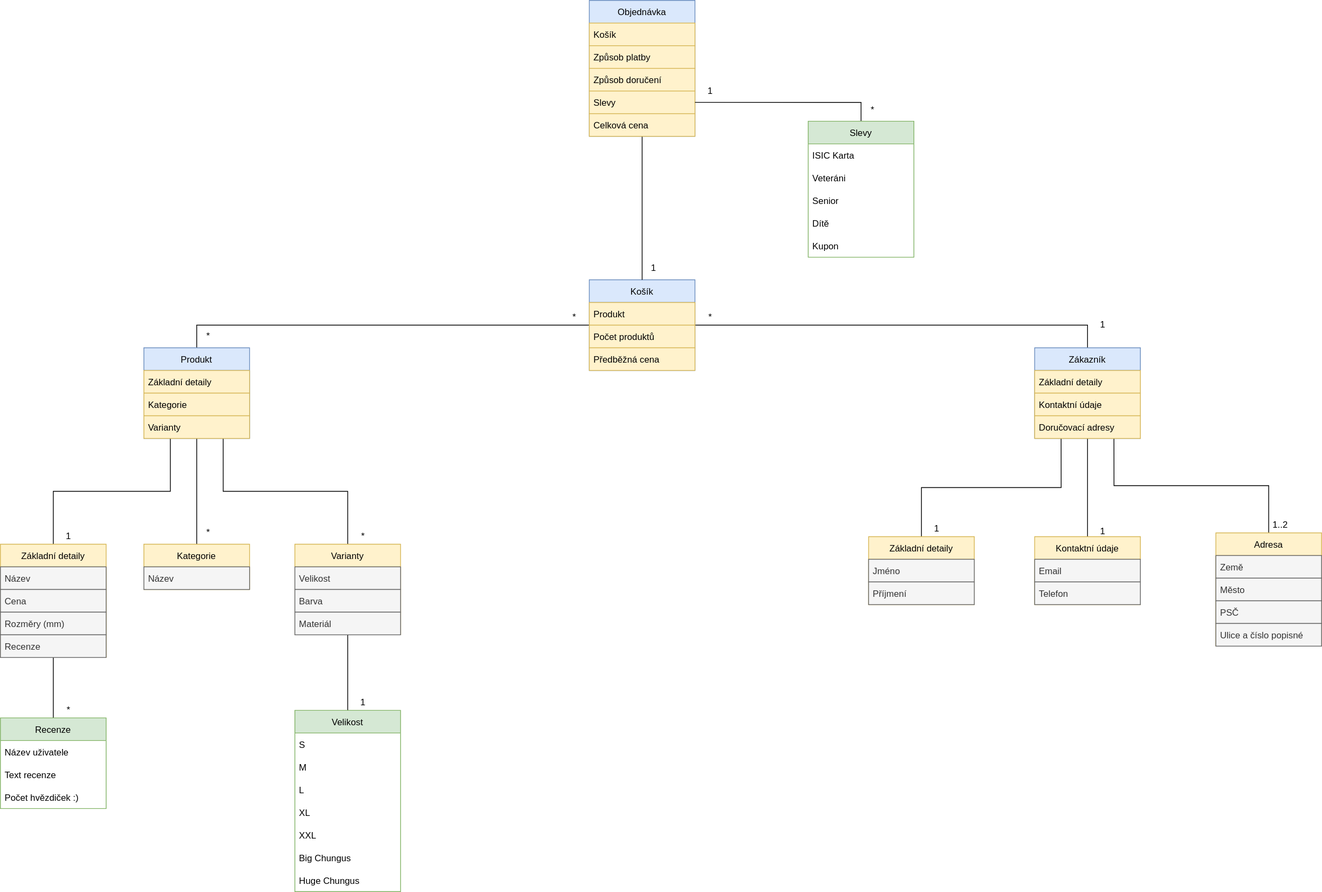
This is Eshop.drawio.svg from TomasKelbasa/diagrams.net, a draw.io export, as it was before one commit. Source tidied: cells renumbered, new cells last; positions are measured from the earlier drawing's top-left corner, leaving out a move shared by most shapes.
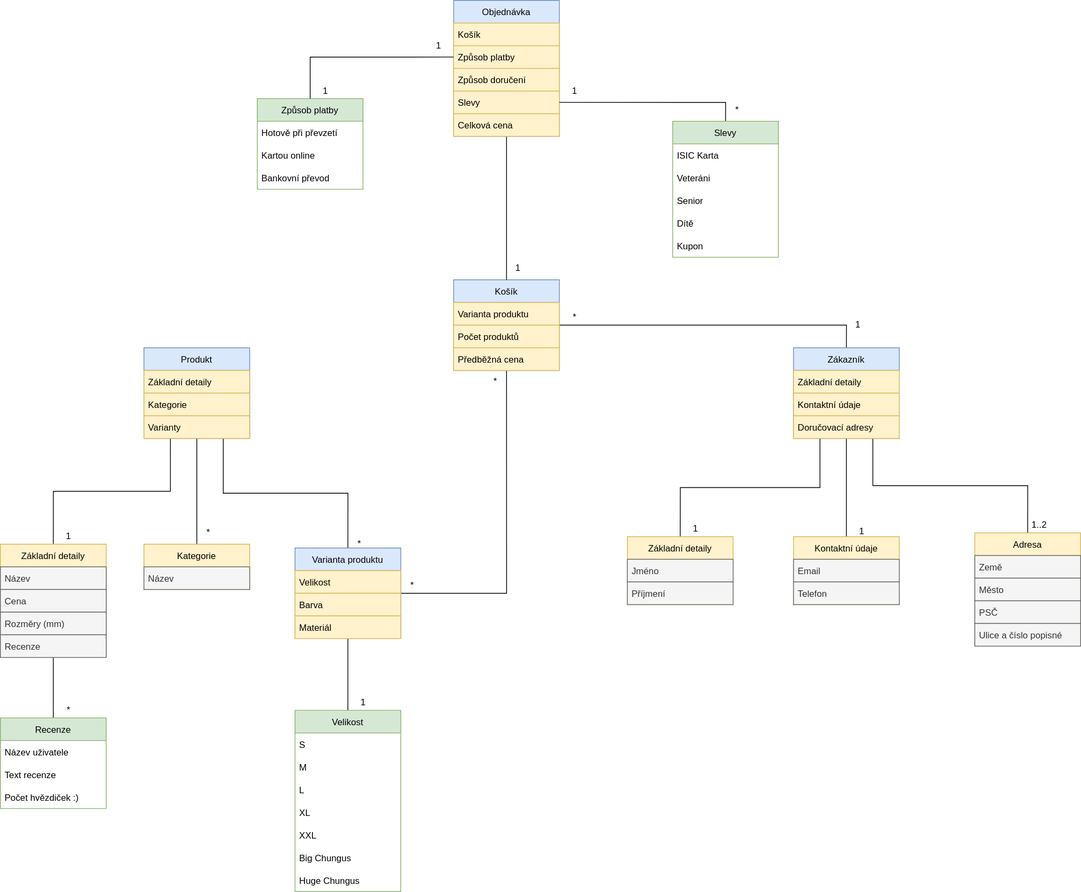
After the change.

The edit, as a diff of the source:
```diff
@@ -11,11 +11,8 @@
     <mxCell id="4" style="edgeStyle=orthogonalEdgeStyle;rounded=0;jettySize=auto;html=1;exitX=0.75;exitY=1;exitDx=0;exitDy=0;entryX=0.5;entryY=0;entryDx=0;entryDy=0;endArrow=none;endFill=0;" parent="1" edge="1" source="6" target="42">
       <mxGeometry relative="1" as="geometry" />
     </mxCell>
-    <mxCell id="5" style="edgeStyle=orthogonalEdgeStyle;rounded=0;jettySize=auto;html=1;exitX=0.5;exitY=0;exitDx=0;exitDy=0;endArrow=none;endFill=0;" parent="1" edge="1" source="6" target="62">
-      <mxGeometry relative="1" as="geometry" />
-    </mxCell>
     <mxCell id="6" value="Produkt" style="swimlane;fontStyle=0;horizontal=1;startSize=30;fillColor=#dae8fc;strokeColor=#6c8ebf;" parent="1" vertex="1">
-      <mxGeometry x="190" y="460" width="140" height="120" as="geometry" />
+      <mxGeometry x="370" y="460" width="140" height="120" as="geometry" />
     </mxCell>
     <mxCell id="7" value="Základní detaily" style="text;strokeColor=#d6b656;fillColor=#fff2cc;align=left;verticalAlign=middle;spacingLeft=4;spacingRight=4;overflow=hidden;" parent="6" vertex="1">
       <mxGeometry y="30" width="140" height="30" as="geometry" />
@@ -39,7 +36,7 @@
       <mxGeometry relative="1" as="geometry" />
     </mxCell>
     <mxCell id="14" value="Zákazník" style="swimlane;fontStyle=0;horizontal=1;startSize=30;fillColor=#dae8fc;strokeColor=#6c8ebf;" parent="1" vertex="1">
-      <mxGeometry x="1370" y="460" width="140" height="120" as="geometry" />
+      <mxGeometry x="1230" y="460" width="140" height="120" as="geometry" />
     </mxCell>
     <mxCell id="15" value="Základní detaily" style="text;strokeColor=#d6b656;fillColor=#fff2cc;align=left;verticalAlign=middle;spacingLeft=4;spacingRight=4;overflow=hidden;" parent="14" vertex="1">
       <mxGeometry y="30" width="140" height="30" as="geometry" />
@@ -54,7 +51,7 @@
       <mxGeometry relative="1" as="geometry" />
     </mxCell>
     <mxCell id="19" value="Základní detaily" style="swimlane;fontStyle=0;horizontal=1;startSize=30;fillColor=#fff2cc;strokeColor=#d6b656;" parent="1" vertex="1">
-      <mxGeometry y="720" width="140" height="150" as="geometry" />
+      <mxGeometry x="180" y="720" width="140" height="150" as="geometry" />
     </mxCell>
     <mxCell id="20" value="Název" style="text;strokeColor=#666666;fillColor=#f5f5f5;align=left;verticalAlign=middle;spacingLeft=4;spacingRight=4;overflow=hidden;fontColor=#333333;" parent="19" vertex="1">
       <mxGeometry y="30" width="140" height="30" as="geometry" />
@@ -69,7 +66,7 @@
       <mxGeometry y="120" width="140" height="30" as="geometry" />
     </mxCell>
     <mxCell id="24" value="Recenze" style="swimlane;fontStyle=0;horizontal=1;startSize=30;fillColor=#d5e8d4;strokeColor=#82b366;" parent="1" vertex="1">
-      <mxGeometry y="950" width="140" height="120" as="geometry" />
+      <mxGeometry x="180" y="950" width="140" height="120" as="geometry" />
     </mxCell>
     <mxCell id="25" value="Název uživatele" style="text;align=left;verticalAlign=middle;spacingLeft=4;spacingRight=4;overflow=hidden;" parent="24" vertex="1">
       <mxGeometry y="30" width="140" height="30" as="geometry" />
@@ -81,13 +78,13 @@
       <mxGeometry y="90" width="140" height="30" as="geometry" />
     </mxCell>
     <mxCell id="28" value="Kategorie" style="swimlane;fontStyle=0;horizontal=1;startSize=30;fillColor=#fff2cc;strokeColor=#d6b656;" parent="1" vertex="1">
-      <mxGeometry x="190" y="720" width="140" height="60" as="geometry" />
+      <mxGeometry x="370" y="720" width="140" height="60" as="geometry" />
     </mxCell>
     <mxCell id="29" value="Název" style="text;strokeColor=#666666;fillColor=#f5f5f5;align=left;verticalAlign=middle;spacingLeft=4;spacingRight=4;overflow=hidden;fontColor=#333333;" parent="28" vertex="1">
       <mxGeometry y="30" width="140" height="30" as="geometry" />
     </mxCell>
     <mxCell id="30" value="Základní detaily" style="swimlane;fontStyle=0;horizontal=1;startSize=30;fillColor=#fff2cc;strokeColor=#d6b656;" parent="1" vertex="1">
-      <mxGeometry x="1150" y="710" width="140" height="90" as="geometry" />
+      <mxGeometry x="1010" y="710" width="140" height="90" as="geometry" />
     </mxCell>
     <mxCell id="31" value="Jméno" style="text;strokeColor=#666666;fillColor=#f5f5f5;align=left;verticalAlign=middle;spacingLeft=4;spacingRight=4;overflow=hidden;fontColor=#333333;" parent="30" vertex="1">
       <mxGeometry y="30" width="140" height="30" as="geometry" />
@@ -96,7 +93,7 @@
       <mxGeometry y="60" width="140" height="30" as="geometry" />
     </mxCell>
     <mxCell id="33" value="Kontaktní údaje" style="swimlane;fontStyle=0;horizontal=1;startSize=30;fillColor=#fff2cc;strokeColor=#d6b656;" parent="1" vertex="1">
-      <mxGeometry x="1370" y="710" width="140" height="90" as="geometry" />
+      <mxGeometry x="1230" y="710" width="140" height="90" as="geometry" />
     </mxCell>
     <mxCell id="34" value="Email" style="text;strokeColor=#666666;fillColor=#f5f5f5;align=left;verticalAlign=middle;spacingLeft=4;spacingRight=4;overflow=hidden;fontColor=#333333;" parent="33" vertex="1">
       <mxGeometry y="30" width="140" height="30" as="geometry" />
@@ -105,7 +102,7 @@
       <mxGeometry y="60" width="140" height="30" as="geometry" />
     </mxCell>
     <mxCell id="36" value="Adresa" style="swimlane;fontStyle=0;horizontal=1;startSize=30;fillColor=#fff2cc;strokeColor=#d6b656;" parent="1" vertex="1">
-      <mxGeometry x="1610" y="705" width="140" height="150" as="geometry" />
+      <mxGeometry x="1470" y="705" width="140" height="150" as="geometry" />
     </mxCell>
     <mxCell id="37" value="Země" style="text;strokeColor=#666666;fillColor=#f5f5f5;align=left;verticalAlign=middle;spacingLeft=4;spacingRight=4;overflow=hidden;fontColor=#333333;" parent="36" vertex="1">
       <mxGeometry y="30" width="140" height="30" as="geometry" />
@@ -122,32 +119,35 @@
     <mxCell id="41" style="edgeStyle=orthogonalEdgeStyle;rounded=0;jettySize=auto;html=1;exitX=0.5;exitY=1;exitDx=0;exitDy=0;entryX=0.5;entryY=0;entryDx=0;entryDy=0;endArrow=none;endFill=0;" parent="1" edge="1" source="42" target="50">
       <mxGeometry relative="1" as="geometry" />
     </mxCell>
+    <mxCell id="87" style="edgeStyle=orthogonalEdgeStyle;rounded=0;jettySize=auto;html=1;entryX=0.5;entryY=1;entryDx=0;entryDy=0;endArrow=none;endFill=0;" parent="1" edge="1" source="42" target="62">
+      <mxGeometry relative="1" as="geometry" />
+    </mxCell>
-    <mxCell id="42" value="Varianty" style="swimlane;fontStyle=0;horizontal=1;startSize=30;fillColor=#fff2cc;strokeColor=#d6b656;" parent="1" vertex="1">
-      <mxGeometry x="390" y="720" width="140" height="120" as="geometry" />
+    <mxCell id="42" value="Varianta produktu" style="swimlane;fontStyle=0;horizontal=1;startSize=30;fillColor=#dae8fc;strokeColor=#6c8ebf;" parent="1" vertex="1">
+      <mxGeometry x="570" y="725" width="140" height="120" as="geometry" />
     </mxCell>
-    <mxCell id="43" value="Velikost" style="text;strokeColor=#666666;fillColor=#f5f5f5;align=left;verticalAlign=middle;spacingLeft=4;spacingRight=4;overflow=hidden;fontColor=#333333;" parent="42" vertex="1">
+    <mxCell id="43" value="Velikost" style="text;strokeColor=#d6b656;fillColor=#fff2cc;align=left;verticalAlign=middle;spacingLeft=4;spacingRight=4;overflow=hidden;" parent="42" vertex="1">
       <mxGeometry y="30" width="140" height="30" as="geometry" />
     </mxCell>
-    <mxCell id="44" value="Barva" style="text;strokeColor=#666666;fillColor=#f5f5f5;align=left;verticalAlign=middle;spacingLeft=4;spacingRight=4;overflow=hidden;fontColor=#333333;" parent="42" vertex="1">
+    <mxCell id="44" value="Barva" style="text;strokeColor=#d6b656;fillColor=#fff2cc;align=left;verticalAlign=middle;spacingLeft=4;spacingRight=4;overflow=hidden;" parent="42" vertex="1">
       <mxGeometry y="60" width="140" height="30" as="geometry" />
     </mxCell>
-    <mxCell id="45" value="Materiál" style="text;strokeColor=#666666;fillColor=#f5f5f5;align=left;verticalAlign=middle;spacingLeft=4;spacingRight=4;overflow=hidden;fontColor=#333333;" parent="42" vertex="1">
+    <mxCell id="45" value="Materiál" style="text;strokeColor=#d6b656;fillColor=#fff2cc;align=left;verticalAlign=middle;spacingLeft=4;spacingRight=4;overflow=hidden;" parent="42" vertex="1">
       <mxGeometry y="90" width="140" height="30" as="geometry" />
     </mxCell>
     <mxCell id="46" value="*" style="text;html=1;align=center;verticalAlign=middle;strokeColor=none;fillColor=none;" parent="1" vertex="1">
-      <mxGeometry x="260" y="690" width="30" height="30" as="geometry" />
+      <mxGeometry x="440" y="690" width="30" height="30" as="geometry" />
     </mxCell>
     <mxCell id="47" value="*" style="text;html=1;align=center;verticalAlign=middle;strokeColor=none;fillColor=none;" parent="1" vertex="1">
-      <mxGeometry x="465" y="695" width="30" height="30" as="geometry" />
+      <mxGeometry x="710" y="760" width="30" height="30" as="geometry" />
     </mxCell>
     <mxCell id="48" value="1" style="text;html=1;align=center;verticalAlign=middle;strokeColor=none;fillColor=none;" parent="1" vertex="1">
-      <mxGeometry x="75" y="695" width="30" height="30" as="geometry" />
+      <mxGeometry x="255" y="695" width="30" height="30" as="geometry" />
     </mxCell>
     <mxCell id="49" value="*" style="text;html=1;align=center;verticalAlign=middle;strokeColor=none;fillColor=none;" parent="1" vertex="1">
-      <mxGeometry x="75" y="925" width="30" height="30" as="geometry" />
+      <mxGeometry x="255" y="925" width="30" height="30" as="geometry" />
     </mxCell>
     <mxCell id="50" value="Velikost" style="swimlane;fontStyle=0;horizontal=1;startSize=30;fillColor=#d5e8d4;strokeColor=#82b366;" parent="1" vertex="1">
-      <mxGeometry x="390" y="940" width="140" height="240" as="geometry" />
+      <mxGeometry x="570" y="940" width="140" height="240" as="geometry" />
     </mxCell>
     <mxCell id="51" value="S" style="text;align=left;verticalAlign=middle;spacingLeft=4;spacingRight=4;overflow=hidden;" parent="50" vertex="1">
       <mxGeometry y="30" width="140" height="30" as="geometry" />
@@ -171,21 +171,21 @@
       <mxGeometry y="210" width="140" height="30" as="geometry" />
     </mxCell>
     <mxCell id="58" value="1" style="text;html=1;align=center;verticalAlign=middle;strokeColor=none;fillColor=none;" parent="1" vertex="1">
-      <mxGeometry x="465" y="915" width="30" height="30" as="geometry" />
+      <mxGeometry x="645" y="915" width="30" height="30" as="geometry" />
     </mxCell>
     <mxCell id="59" value="1" style="text;html=1;align=center;verticalAlign=middle;strokeColor=none;fillColor=none;" parent="1" vertex="1">
-      <mxGeometry x="1225" y="685" width="30" height="30" as="geometry" />
+      <mxGeometry x="1085" y="685" width="30" height="30" as="geometry" />
     </mxCell>
     <mxCell id="60" value="&lt;br&gt;1" style="text;html=1;align=center;verticalAlign=middle;strokeColor=none;fillColor=none;" parent="1" vertex="1">
-      <mxGeometry x="1445" y="675" width="30" height="40" as="geometry" />
+      <mxGeometry x="1305" y="675" width="30" height="40" as="geometry" />
     </mxCell>
     <mxCell id="61" value="1..2" style="text;html=1;align=center;verticalAlign=middle;strokeColor=none;fillColor=none;" parent="1" vertex="1">
-      <mxGeometry x="1675" y="680" width="40" height="30" as="geometry" />
+      <mxGeometry x="1535" y="680" width="40" height="30" as="geometry" />
     </mxCell>
     <mxCell id="62" value="Košík" style="swimlane;fontStyle=0;horizontal=1;startSize=30;fillColor=#dae8fc;strokeColor=#6c8ebf;" parent="1" vertex="1">
       <mxGeometry x="780" y="370" width="140" height="120" as="geometry" />
     </mxCell>
-    <mxCell id="63" value="Produkt" style="text;strokeColor=#d6b656;fillColor=#fff2cc;align=left;verticalAlign=middle;spacingLeft=4;spacingRight=4;overflow=hidden;" parent="62" vertex="1">
+    <mxCell id="63" value="Varianta produktu" style="text;strokeColor=#d6b656;fillColor=#fff2cc;align=left;verticalAlign=middle;spacingLeft=4;spacingRight=4;overflow=hidden;" parent="62" vertex="1">
       <mxGeometry y="30" width="140" height="30" as="geometry" />
     </mxCell>
     <mxCell id="64" value="Počet produktů" style="text;strokeColor=#d6b656;fillColor=#fff2cc;align=left;verticalAlign=middle;spacingLeft=4;spacingRight=4;overflow=hidden;" parent="62" vertex="1">
@@ -198,13 +198,13 @@
       <mxGeometry x="925" y="405" width="30" height="30" as="geometry" />
     </mxCell>
     <mxCell id="67" value="1" style="text;html=1;align=center;verticalAlign=middle;strokeColor=none;fillColor=none;" parent="1" vertex="1">
-      <mxGeometry x="1445" y="415" width="30" height="30" as="geometry" />
+      <mxGeometry x="1300" y="415" width="30" height="30" as="geometry" />
     </mxCell>
     <mxCell id="68" value="*" style="text;html=1;align=center;verticalAlign=middle;strokeColor=none;fillColor=none;" parent="1" vertex="1">
-      <mxGeometry x="745" y="405" width="30" height="30" as="geometry" />
+      <mxGeometry x="820" y="490" width="30" height="30" as="geometry" />
     </mxCell>
     <mxCell id="69" value="*" style="text;html=1;align=center;verticalAlign=middle;strokeColor=none;fillColor=none;" parent="1" vertex="1">
-      <mxGeometry x="260" y="430" width="30" height="30" as="geometry" />
+      <mxGeometry x="640" y="705" width="30" height="30" as="geometry" />
     </mxCell>
     <mxCell id="70" style="edgeStyle=orthogonalEdgeStyle;rounded=0;jettySize=auto;html=1;exitX=0.5;exitY=1;exitDx=0;exitDy=0;entryX=0.5;entryY=0;entryDx=0;entryDy=0;endArrow=none;endFill=0;" parent="1" edge="1" source="71" target="62">
       <mxGeometry relative="1" as="geometry" />
@@ -257,5 +257,26 @@
     <mxCell id="86" value="1" style="text;html=1;align=center;verticalAlign=middle;strokeColor=none;fillColor=none;" parent="1" vertex="1">
       <mxGeometry x="925" y="105" width="30" height="30" as="geometry" />
     </mxCell>
+    <mxCell id="88" value="Způsob platby" style="swimlane;fontStyle=0;horizontal=1;startSize=30;fillColor=#d5e8d4;strokeColor=#82b366;" parent="1" vertex="1">
+      <mxGeometry x="520" y="130" width="140" height="120" as="geometry" />
+    </mxCell>
+    <mxCell id="89" value="Hotově při převzetí" style="text;align=left;verticalAlign=middle;spacingLeft=4;spacingRight=4;overflow=hidden;" parent="88" vertex="1">
+      <mxGeometry y="30" width="140" height="30" as="geometry" />
+    </mxCell>
+    <mxCell id="90" value="Kartou online" style="text;align=left;verticalAlign=middle;spacingLeft=4;spacingRight=4;overflow=hidden;" parent="88" vertex="1">
+      <mxGeometry y="60" width="140" height="30" as="geometry" />
+    </mxCell>
+    <mxCell id="91" value="Bankovní převod" style="text;align=left;verticalAlign=middle;spacingLeft=4;spacingRight=4;overflow=hidden;" parent="88" vertex="1">
+      <mxGeometry y="90" width="140" height="30" as="geometry" />
+    </mxCell>
+    <mxCell id="92" style="edgeStyle=orthogonalEdgeStyle;rounded=0;jettySize=auto;html=1;exitX=0;exitY=0.5;exitDx=0;exitDy=0;endArrow=none;endFill=0;" parent="1" edge="1" source="73" target="88">
+      <mxGeometry relative="1" as="geometry" />
+    </mxCell>
+    <mxCell id="93" value="1" style="text;html=1;align=center;verticalAlign=middle;strokeColor=none;fillColor=none;" parent="1" vertex="1">
+      <mxGeometry x="595" y="105" width="30" height="30" as="geometry" />
+    </mxCell>
+    <mxCell id="94" value="1" style="text;html=1;align=center;verticalAlign=middle;strokeColor=none;fillColor=none;" parent="1" vertex="1">
+      <mxGeometry x="745" y="45" width="30" height="30" as="geometry" />
+    </mxCell>
   </root>
 </mxGraphModel>
```
